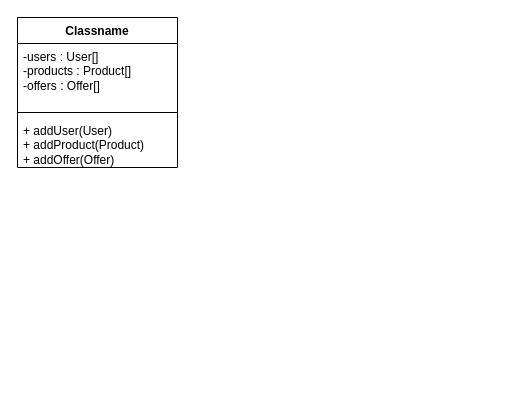
yousefdotpy/100-Days-Of-Python keeps this draw.io diagram as Untitled Diagram.drawio. Above is the earlier version. Source tidied: cells renumbered, new cells numbered last; positions are measured from the earlier drawing's top-left corner, leaving out a move shared by most shapes. Both pictures are drawn from the tidied source at 100%, with x=0, y=0 at pixel (17, 17).
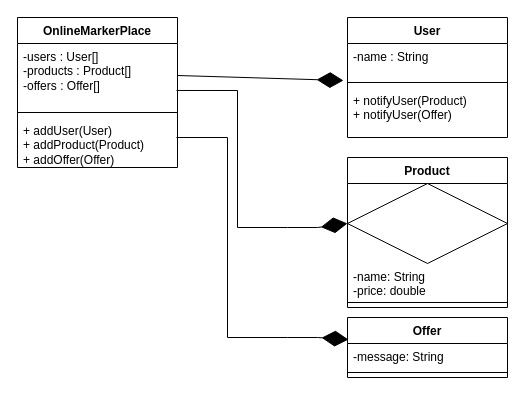
The same page after the edit.

Unchanged cells that the change refers to:
```xml
<mxCell id="3" value="-users : User[]&lt;div&gt;-products : Product[]&lt;/div&gt;&lt;div&gt;-offers : Offer[]&lt;/div&gt;&lt;div&gt;&lt;br&gt;&lt;/div&gt;" style="text;strokeColor=none;fillColor=none;align=left;verticalAlign=top;spacingLeft=4;spacingRight=4;overflow=hidden;points=[[0,0.5],[1,0.5]];portConstraint=eastwest;whiteSpace=wrap;html=1;" parent="2" vertex="1">
  <mxGeometry y="26" width="160" height="64" as="geometry" />
</mxCell>
```

The edit, as a diff of the source:
```diff
@@
-    <mxCell id="2" value="Classname" style="swimlane;fontStyle=1;align=center;verticalAlign=top;horizontal=1;startSize=26;whiteSpace=wrap;html=1;" parent="1" vertex="1">
+    <mxCell id="2" value="OnlineMarkerPlace" style="swimlane;fontStyle=1;align=center;verticalAlign=top;horizontal=1;startSize=26;whiteSpace=wrap;html=1;" parent="1" vertex="1">
       <mxGeometry width="160" height="150" as="geometry" />
     </mxCell>
@@
+    <mxCell id="6" value="User" style="swimlane;fontStyle=1;align=center;verticalAlign=top;horizontal=1;startSize=26;whiteSpace=wrap;html=1;" parent="1" vertex="1">
+      <mxGeometry x="330" width="160" height="120" as="geometry" />
+    </mxCell>
+    <mxCell id="7" value="-name : String&lt;div&gt;&lt;br&gt;&lt;/div&gt;" style="text;strokeColor=none;fillColor=none;align=left;verticalAlign=top;spacingLeft=4;spacingRight=4;overflow=hidden;points=[[0,0.5],[1,0.5]];portConstraint=eastwest;whiteSpace=wrap;html=1;" parent="6" vertex="1">
+      <mxGeometry y="26" width="160" height="34" as="geometry" />
+    </mxCell>
+    <mxCell id="8" style="line;strokeWidth=1;fillColor=none;align=left;verticalAlign=middle;spacingTop=-1;spacingLeft=3;spacingRight=3;labelPosition=right;strokeColor=inherit;" parent="6" vertex="1">
+      <mxGeometry y="60" width="160" height="10" as="geometry" />
+    </mxCell>
+    <mxCell id="9" value="+ notifyUser(Product)&lt;div&gt;+ notifyUser(Offer)&lt;/div&gt;" style="text;strokeColor=none;fillColor=none;align=left;verticalAlign=top;spacingLeft=4;spacingRight=4;overflow=hidden;whiteSpace=wrap;html=1;" parent="6" vertex="1">
+      <mxGeometry y="70" width="160" height="50" as="geometry" />
+    </mxCell>
+    <mxCell id="10" value="Product" style="swimlane;fontStyle=1;align=center;verticalAlign=top;horizontal=1;startSize=26;whiteSpace=wrap;html=1;" parent="1" vertex="1">
+      <mxGeometry x="330" y="140" width="160" height="150" as="geometry" />
+    </mxCell>
+    <mxCell id="11" style="rhombus;whiteSpace=wrap;html=1;" parent="10" vertex="1">
+      <mxGeometry y="26" width="160" height="80" as="geometry" />
+    </mxCell>
+    <mxCell id="12" value="-name: String&lt;div&gt;-price: double&lt;br&gt;&lt;div&gt;&lt;br&gt;&lt;/div&gt;&lt;/div&gt;" style="text;strokeColor=none;fillColor=none;align=left;verticalAlign=top;spacingLeft=4;spacingRight=4;overflow=hidden;whiteSpace=wrap;html=1;" parent="10" vertex="1">
+      <mxGeometry y="106" width="160" height="34" as="geometry" />
+    </mxCell>
+    <mxCell id="13" style="line;strokeWidth=1;fillColor=none;align=left;verticalAlign=middle;spacingTop=-1;spacingLeft=3;spacingRight=3;labelPosition=right;strokeColor=inherit;" parent="10" vertex="1">
+      <mxGeometry y="140" width="160" height="10" as="geometry" />
+    </mxCell>
+    <mxCell id="14" value="Offer" style="swimlane;fontStyle=1;align=center;verticalAlign=top;horizontal=1;startSize=26;whiteSpace=wrap;html=1;" parent="1" vertex="1">
+      <mxGeometry x="330" y="300" width="160" height="60" as="geometry" />
+    </mxCell>
+    <mxCell id="15" value="-message: String&lt;div&gt;&lt;div&gt;&lt;br&gt;&lt;/div&gt;&lt;/div&gt;" style="text;strokeColor=none;fillColor=none;align=left;verticalAlign=top;spacingLeft=4;spacingRight=4;overflow=hidden;whiteSpace=wrap;html=1;" parent="14" vertex="1">
+      <mxGeometry y="26" width="160" height="24" as="geometry" />
+    </mxCell>
+    <mxCell id="16" style="line;strokeWidth=1;fillColor=none;align=left;verticalAlign=middle;spacingTop=-1;spacingLeft=3;spacingRight=3;labelPosition=right;strokeColor=inherit;" parent="14" vertex="1">
+      <mxGeometry y="50" width="160" height="10" as="geometry" />
+    </mxCell>
+    <mxCell id="17" style="endArrow=diamondThin;endFill=1;endSize=24;html=1;rounded=0;exitX=1;exitY=0.5;exitDx=0;exitDy=0;entryX=-0.025;entryY=1.088;entryDx=0;entryDy=0;entryPerimeter=0;" parent="1" edge="1" source="3" target="7">
+      <mxGeometry relative="1" as="geometry" />
+    </mxCell>
+    <mxCell id="18" style="endArrow=diamondThin;endFill=1;endSize=24;html=1;rounded=0;exitX=0.994;exitY=0.734;exitDx=0;exitDy=0;entryX=0;entryY=0.5;entryDx=0;entryDy=0;exitPerimeter=0;" parent="1" edge="1" source="3" target="11">
+      <mxGeometry relative="1" as="geometry">
+        <Array as="points">
+          <mxPoint x="220" y="73" />
+          <mxPoint x="220" y="210" />
+          <mxPoint x="270" y="210" />
+          <mxPoint x="300" y="210" />
+        </Array>
+      </mxGeometry>
+    </mxCell>
+    <mxCell id="19" style="endArrow=diamondThin;endFill=1;endSize=24;html=1;rounded=0;exitX=0.994;exitY=0.734;exitDx=0;exitDy=0;entryX=0.006;entryY=0.367;entryDx=0;entryDy=0;exitPerimeter=0;entryPerimeter=0;" parent="1" edge="1" target="14">
+      <mxGeometry relative="1" as="geometry">
+        <mxPoint x="159" y="120" as="sourcePoint" />
+        <Array as="points">
+          <mxPoint x="210" y="120" />
+          <mxPoint x="210" y="320" />
+          <mxPoint x="270" y="320" />
+          <mxPoint x="300" y="320" />
+        </Array>
+      </mxGeometry>
+    </mxCell>
```
